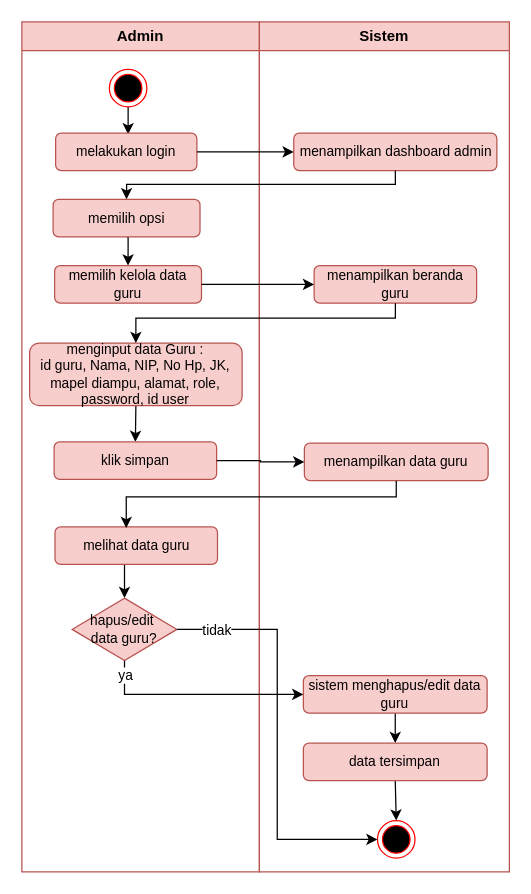
bayudani/diagram keeps this draw.io diagram as page "ADMIN KELAS" (8 of 9) of Diagram Tanpa Judul.drawio. Above is the earlier version. Source tidied: cells renumbered, new cells numbered last; positions are measured from the earlier drawing's top-left corner, leaving out a move shared by most shapes. Both pictures are drawn from the tidied source at 125%, with x=0, y=0 at pixel (21, 21).
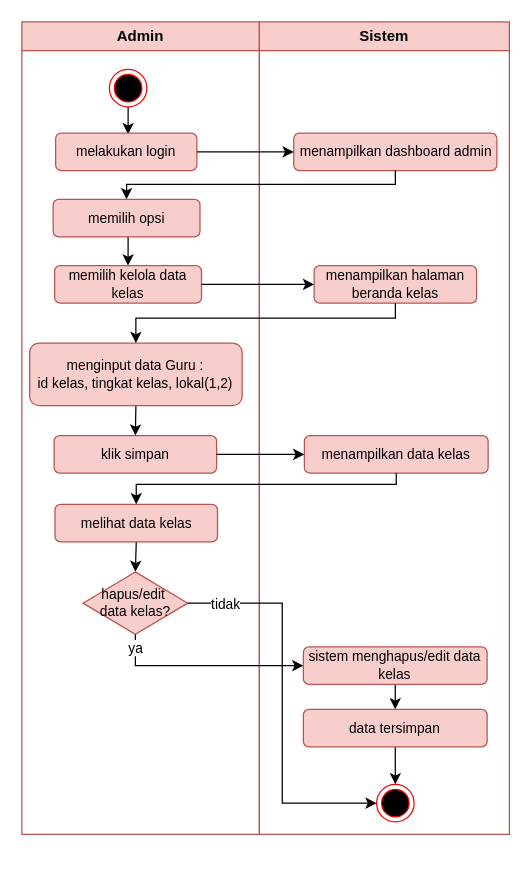
Above is the later version.

The change refers to these unchanged cells:
```xml
<mxCell id="4" style="ellipse;html=1;shape=endState;fillColor=#000000;strokeColor=#ff0000;" parent="2" vertex="1">
  <mxGeometry x="70" y="38" width="30" height="30" as="geometry" />
</mxCell>
<mxCell id="7" value="memilih opsi" style="rounded=1;whiteSpace=wrap;html=1;fillColor=#f8cecc;strokeColor=#b85450;fontSize=11;" parent="2" vertex="1">
  <mxGeometry x="25" y="142" width="117.5" height="30" as="geometry" />
</mxCell>
```

Diff of the diagram source:
```diff
@@
     <mxCell id="2" value="Admin" style="swimlane;whiteSpace=wrap;html=1;fillColor=#f8cecc;strokeColor=#b85450;startSize=23;" parent="1" vertex="1">
-      <mxGeometry width="190" height="680" as="geometry" />
+      <mxGeometry width="190" height="650" as="geometry" />
     </mxCell>
-    <mxCell id="3" style="edgeStyle=orthogonalEdgeStyle;rounded=0;jettySize=auto;html=1;exitX=0.5;exitY=1;exitDx=0;exitDy=0;" parent="2" edge="1" source="4">
-      <mxGeometry relative="1" as="geometry">
-        <mxPoint x="85" y="90" as="targetPoint" />
-      </mxGeometry>
-    </mxCell>
+    <mxCell id="34" style="edgeStyle=orthogonalEdgeStyle;rounded=0;jettySize=auto;html=1;exitX=0.5;exitY=1;exitDx=0;exitDy=0;" parent="2" edge="1" source="4">
+      <mxGeometry relative="1" as="geometry">
+        <mxPoint x="85" y="90" as="targetPoint" />
+      </mxGeometry>
+    </mxCell>
@@
-    <mxCell id="6" style="edgeStyle=orthogonalEdgeStyle;rounded=0;jettySize=auto;html=1;exitX=0.5;exitY=1;exitDx=0;exitDy=0;entryX=0.5;entryY=0;entryDx=0;entryDy=0;" parent="2" edge="1" source="7" target="8">
-      <mxGeometry relative="1" as="geometry" />
-    </mxCell>
+    <mxCell id="35" style="edgeStyle=orthogonalEdgeStyle;rounded=0;jettySize=auto;html=1;exitX=0.5;exitY=1;exitDx=0;exitDy=0;entryX=0.5;entryY=0;entryDx=0;entryDy=0;" parent="2" edge="1" source="7" target="36">
+      <mxGeometry relative="1" as="geometry" />
+    </mxCell>
@@
-    <mxCell id="8" value="memilih kelola data guru" style="rounded=1;whiteSpace=wrap;html=1;fillColor=#f8cecc;strokeColor=#b85450;fontSize=11;" parent="2" vertex="1">
-      <mxGeometry x="26.2" y="195" width="117.5" height="30" as="geometry" />
-    </mxCell>
-    <mxCell id="9" style="edgeStyle=orthogonalEdgeStyle;rounded=0;jettySize=auto;html=1;exitX=0.5;exitY=1;exitDx=0;exitDy=0;entryX=0.5;entryY=0;entryDx=0;entryDy=0;" parent="2" edge="1" source="10" target="11">
-      <mxGeometry relative="1" as="geometry" />
-    </mxCell>
-    <mxCell id="10" value="menginput data Guru :&lt;div&gt;id guru, Nama, NIP, No Hp, JK, mapel diampu, alamat, role, password, id user&lt;/div&gt;" style="rounded=1;whiteSpace=wrap;html=1;fillColor=#f8cecc;strokeColor=#b85450;fontSize=11;" parent="2" vertex="1">
-      <mxGeometry x="6.2" y="257" width="170" height="50" as="geometry" />
-    </mxCell>
+    <mxCell id="36" value="memilih kelola data kelas" style="rounded=1;whiteSpace=wrap;html=1;fillColor=#f8cecc;strokeColor=#b85450;fontSize=11;" parent="2" vertex="1">
+      <mxGeometry x="26.2" y="195" width="117.5" height="30" as="geometry" />
+    </mxCell>
+    <mxCell id="37" style="edgeStyle=orthogonalEdgeStyle;rounded=0;jettySize=auto;html=1;exitX=0.5;exitY=1;exitDx=0;exitDy=0;entryX=0.5;entryY=0;entryDx=0;entryDy=0;" parent="2" edge="1" source="38" target="11">
+      <mxGeometry relative="1" as="geometry" />
+    </mxCell>
+    <mxCell id="38" value="menginput data Guru :&lt;div&gt;id kelas, tingkat kelas, lokal(1,2)&lt;/div&gt;" style="rounded=1;whiteSpace=wrap;html=1;fillColor=#f8cecc;strokeColor=#b85450;fontSize=11;" parent="2" vertex="1">
+      <mxGeometry x="6.2" y="257" width="170" height="50" as="geometry" />
+    </mxCell>
     <mxCell id="11" value="klik simpan" style="rounded=1;whiteSpace=wrap;html=1;fillColor=#f8cecc;strokeColor=#b85450;fontSize=11;" parent="2" vertex="1">
-      <mxGeometry x="25.8" y="336" width="130" height="30" as="geometry" />
+      <mxGeometry x="25.8" y="331" width="130" height="30" as="geometry" />
     </mxCell>
-    <mxCell id="12" style="edgeStyle=orthogonalEdgeStyle;rounded=0;jettySize=auto;html=1;exitX=0.5;exitY=1;exitDx=0;exitDy=0;entryX=0.5;entryY=0;entryDx=0;entryDy=0;" parent="2" edge="1" source="13" target="14">
-      <mxGeometry relative="1" as="geometry" />
-    </mxCell>
-    <mxCell id="13" value="melihat data guru" style="rounded=1;whiteSpace=wrap;html=1;fillColor=#f8cecc;strokeColor=#b85450;fontSize=11;" parent="2" vertex="1">
-      <mxGeometry x="26.5" y="404" width="130" height="30" as="geometry" />
-    </mxCell>
-    <mxCell id="14" value="hapus/edit&amp;nbsp;&lt;div&gt;data guru?&lt;/div&gt;" style="rhombus;whiteSpace=wrap;html=1;fontSize=11;fillColor=#f8cecc;strokeColor=#b85450;" parent="2" vertex="1">
-      <mxGeometry x="40.2" y="461" width="83.8" height="50" as="geometry" />
-    </mxCell>
+    <mxCell id="39" style="edgeStyle=orthogonalEdgeStyle;rounded=0;jettySize=auto;html=1;exitX=0.5;exitY=1;exitDx=0;exitDy=0;entryX=0.5;entryY=0;entryDx=0;entryDy=0;" parent="2" edge="1" source="40" target="41">
+      <mxGeometry relative="1" as="geometry" />
+    </mxCell>
+    <mxCell id="40" value="melihat data kelas" style="rounded=1;whiteSpace=wrap;html=1;fillColor=#f8cecc;strokeColor=#b85450;fontSize=11;" parent="2" vertex="1">
+      <mxGeometry x="26.5" y="386" width="130" height="30" as="geometry" />
+    </mxCell>
+    <mxCell id="41" value="hapus/edit&amp;nbsp;&lt;div&gt;data kelas?&lt;/div&gt;" style="rhombus;whiteSpace=wrap;html=1;fontSize=11;fillColor=#f8cecc;strokeColor=#b85450;" parent="2" vertex="1">
+      <mxGeometry x="48.9" y="440" width="83.8" height="50" as="geometry" />
+    </mxCell>
     <mxCell id="15" value="Sistem" style="swimlane;whiteSpace=wrap;html=1;fillColor=#f8cecc;strokeColor=#b85450;" parent="1" vertex="1">
-      <mxGeometry x="190" width="200" height="680" as="geometry" />
+      <mxGeometry x="190" width="200" height="650" as="geometry" />
     </mxCell>
@@
-    <mxCell id="17" value="menampilkan data guru" style="rounded=1;whiteSpace=wrap;html=1;fillColor=#f8cecc;strokeColor=#b85450;fontSize=11;" parent="15" vertex="1">
-      <mxGeometry x="36" y="337" width="147" height="30" as="geometry" />
-    </mxCell>
-    <mxCell id="18" style="ellipse;html=1;shape=endState;fillColor=#000000;strokeColor=#ff0000;" parent="15" vertex="1">
-      <mxGeometry x="94.5" y="639" width="30" height="30" as="geometry" />
-    </mxCell>
-    <mxCell id="19" value="menampilkan beranda guru" style="rounded=1;whiteSpace=wrap;html=1;fillColor=#f8cecc;strokeColor=#b85450;fontSize=11;" parent="15" vertex="1">
-      <mxGeometry x="43.8" y="195" width="130" height="30" as="geometry" />
-    </mxCell>
-    <mxCell id="20" style="edgeStyle=orthogonalEdgeStyle;rounded=0;jettySize=auto;html=1;exitX=0.5;exitY=1;exitDx=0;exitDy=0;entryX=0.5;entryY=0;entryDx=0;entryDy=0;" parent="15" edge="1" source="21" target="23">
-      <mxGeometry relative="1" as="geometry" />
-    </mxCell>
-    <mxCell id="21" value="sistem menghapus/edit data guru" style="rounded=1;whiteSpace=wrap;html=1;fillColor=#f8cecc;strokeColor=#b85450;fontSize=11;" parent="15" vertex="1">
-      <mxGeometry x="35.2" y="523" width="147" height="30" as="geometry" />
-    </mxCell>
-    <mxCell id="22" style="edgeStyle=orthogonalEdgeStyle;rounded=0;jettySize=auto;html=1;exitX=0.5;exitY=1;exitDx=0;exitDy=0;entryX=0.5;entryY=0;entryDx=0;entryDy=0;" parent="15" edge="1" source="23" target="18">
-      <mxGeometry relative="1" as="geometry" />
-    </mxCell>
+    <mxCell id="42" value="menampilkan data kelas" style="rounded=1;whiteSpace=wrap;html=1;fillColor=#f8cecc;strokeColor=#b85450;fontSize=11;" parent="15" vertex="1">
+      <mxGeometry x="36" y="331" width="147" height="30" as="geometry" />
+    </mxCell>
+    <mxCell id="43" style="ellipse;html=1;shape=endState;fillColor=#000000;strokeColor=#ff0000;" parent="15" vertex="1">
+      <mxGeometry x="93.8" y="610" width="30" height="30" as="geometry" />
+    </mxCell>
+    <mxCell id="44" value="menampilkan halaman beranda kelas" style="rounded=1;whiteSpace=wrap;html=1;fillColor=#f8cecc;strokeColor=#b85450;fontSize=11;" parent="15" vertex="1">
+      <mxGeometry x="43.8" y="195" width="130" height="30" as="geometry" />
+    </mxCell>
+    <mxCell id="45" style="edgeStyle=orthogonalEdgeStyle;rounded=0;jettySize=auto;html=1;exitX=0.5;exitY=1;exitDx=0;exitDy=0;entryX=0.5;entryY=0;entryDx=0;entryDy=0;" parent="15" edge="1" source="46" target="23">
+      <mxGeometry relative="1" as="geometry" />
+    </mxCell>
+    <mxCell id="46" value="sistem menghapus/edit data kelas" style="rounded=1;whiteSpace=wrap;html=1;fillColor=#f8cecc;strokeColor=#b85450;fontSize=11;" parent="15" vertex="1">
+      <mxGeometry x="35.2" y="500" width="147" height="30" as="geometry" />
+    </mxCell>
+    <mxCell id="47" style="edgeStyle=orthogonalEdgeStyle;rounded=0;jettySize=auto;html=1;exitX=0.5;exitY=1;exitDx=0;exitDy=0;entryX=0.5;entryY=0;entryDx=0;entryDy=0;" parent="15" edge="1" source="23" target="43">
+      <mxGeometry relative="1" as="geometry" />
+    </mxCell>
     <mxCell id="23" value="data tersimpan" style="rounded=1;whiteSpace=wrap;html=1;fillColor=#f8cecc;strokeColor=#b85450;fontSize=11;" parent="15" vertex="1">
-      <mxGeometry x="35.2" y="577" width="147" height="30" as="geometry" />
+      <mxGeometry x="35.2" y="550" width="147" height="30" as="geometry" />
     </mxCell>
@@
-    <mxCell id="26" style="edgeStyle=orthogonalEdgeStyle;rounded=0;jettySize=auto;html=1;exitX=1;exitY=0.5;exitDx=0;exitDy=0;" parent="1" edge="1" source="8" target="19">
-      <mxGeometry relative="1" as="geometry" />
-    </mxCell>
-    <mxCell id="27" style="edgeStyle=orthogonalEdgeStyle;rounded=0;jettySize=auto;html=1;exitX=1;exitY=0.5;exitDx=0;exitDy=0;entryX=0;entryY=0.5;entryDx=0;entryDy=0;" parent="1" edge="1" source="11" target="17">
-      <mxGeometry relative="1" as="geometry" />
-    </mxCell>
-    <mxCell id="28" style="edgeStyle=orthogonalEdgeStyle;rounded=0;orthogonalLoop=1;jettySize=auto;html=1;exitX=0.5;exitY=1;exitDx=0;exitDy=0;entryX=0.5;entryY=0;entryDx=0;entryDy=0;" parent="1" edge="1">
-      <mxGeometry relative="1" as="geometry">
-        <mxPoint x="299.5" y="367" as="sourcePoint" />
-        <mxPoint x="83.5" y="405" as="targetPoint" />
-        <Array as="points">
-          <mxPoint x="299" y="380" />
-          <mxPoint x="83" y="380" />
-        </Array>
-      </mxGeometry>
-    </mxCell>
-    <mxCell id="29" style="edgeStyle=orthogonalEdgeStyle;rounded=0;jettySize=auto;html=1;exitX=0.5;exitY=1;exitDx=0;exitDy=0;entryX=0;entryY=0.5;entryDx=0;entryDy=0;" parent="1" edge="1" source="14" target="21">
-      <mxGeometry relative="1" as="geometry" />
-    </mxCell>
+    <mxCell id="48" style="edgeStyle=orthogonalEdgeStyle;rounded=0;jettySize=auto;html=1;exitX=1;exitY=0.5;exitDx=0;exitDy=0;" parent="1" edge="1" source="36" target="44">
+      <mxGeometry relative="1" as="geometry" />
+    </mxCell>
+    <mxCell id="49" style="edgeStyle=orthogonalEdgeStyle;rounded=0;jettySize=auto;html=1;exitX=1;exitY=0.5;exitDx=0;exitDy=0;entryX=0;entryY=0.5;entryDx=0;entryDy=0;" parent="1" edge="1" source="11" target="42">
+      <mxGeometry relative="1" as="geometry" />
+    </mxCell>
+    <mxCell id="50" style="edgeStyle=orthogonalEdgeStyle;rounded=0;jettySize=auto;html=1;exitX=0.5;exitY=1;exitDx=0;exitDy=0;entryX=0;entryY=0.5;entryDx=0;entryDy=0;" parent="1" edge="1" source="41" target="46">
+      <mxGeometry relative="1" as="geometry" />
+    </mxCell>
-    <mxCell id="30" value="ya" style="edgeLabel;html=1;align=center;verticalAlign=middle;" parent="29" vertex="1">
+    <mxCell id="30" value="ya" style="edgeLabel;html=1;align=center;verticalAlign=middle;" parent="50" vertex="1">
       <mxGeometry x="-0.87" relative="1" as="geometry" />
     </mxCell>
-    <mxCell id="31" style="edgeStyle=orthogonalEdgeStyle;rounded=0;jettySize=auto;html=1;exitX=1;exitY=0.5;exitDx=0;exitDy=0;entryX=0;entryY=0.5;entryDx=0;entryDy=0;" parent="1" edge="1" source="14" target="18">
-      <mxGeometry relative="1" as="geometry" />
-    </mxCell>
+    <mxCell id="51" style="edgeStyle=orthogonalEdgeStyle;rounded=0;jettySize=auto;html=1;exitX=1;exitY=0.5;exitDx=0;exitDy=0;entryX=0;entryY=0.5;entryDx=0;entryDy=0;" parent="1" edge="1" source="41" target="43">
+      <mxGeometry relative="1" as="geometry" />
+    </mxCell>
-    <mxCell id="32" value="tidak" style="edgeLabel;html=1;align=center;verticalAlign=middle;" parent="31" vertex="1">
+    <mxCell id="32" value="tidak" style="edgeLabel;html=1;align=center;verticalAlign=middle;" parent="51" vertex="1">
       <mxGeometry x="-0.81" relative="1" as="geometry" />
     </mxCell>
-    <mxCell id="33" style="edgeStyle=orthogonalEdgeStyle;rounded=0;jettySize=auto;html=1;exitX=0.5;exitY=1;exitDx=0;exitDy=0;entryX=0.5;entryY=0;entryDx=0;entryDy=0;" parent="1" edge="1" source="19" target="10">
-      <mxGeometry relative="1" as="geometry">
-        <Array as="points">
-          <mxPoint x="299" y="237" />
-          <mxPoint x="91" y="237" />
-        </Array>
-      </mxGeometry>
-    </mxCell>
+    <mxCell id="52" style="edgeStyle=orthogonalEdgeStyle;rounded=0;jettySize=auto;html=1;exitX=0.5;exitY=1;exitDx=0;exitDy=0;entryX=0.5;entryY=0;entryDx=0;entryDy=0;" parent="1" edge="1" source="44" target="38">
+      <mxGeometry relative="1" as="geometry">
+        <Array as="points">
+          <mxPoint x="299" y="237" />
+          <mxPoint x="91" y="237" />
+        </Array>
+      </mxGeometry>
+    </mxCell>
+    <mxCell id="53" style="edgeStyle=orthogonalEdgeStyle;rounded=0;jettySize=auto;html=1;exitX=0.5;exitY=1;exitDx=0;exitDy=0;entryX=0.5;entryY=0;entryDx=0;entryDy=0;" parent="1" edge="1" source="42" target="40">
+      <mxGeometry relative="1" as="geometry">
+        <Array as="points">
+          <mxPoint x="299" y="370" />
+          <mxPoint x="91" y="370" />
+        </Array>
+      </mxGeometry>
+    </mxCell>
```
